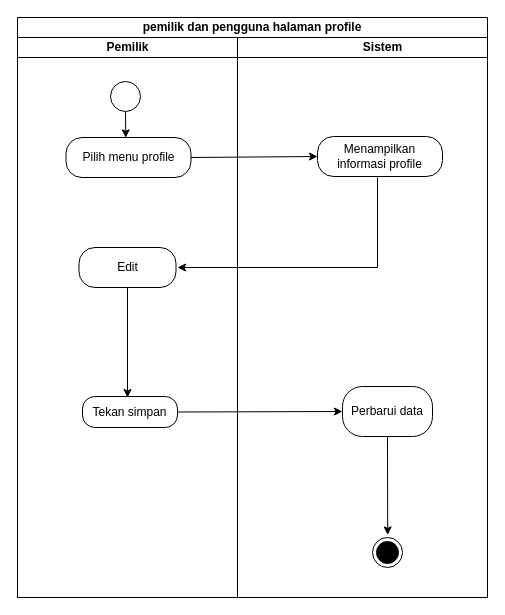
The draw.io diagram page "A.PROFILE" (10 of 21) of USE CASE KOST SAW TERBARU.drawio in HANNN-YOLO/skripsi, before the edit. Source tidied: cells renumbered, new cells numbered last; positions are measured from the earlier drawing's top-left corner, leaving out a move shared by most shapes. Both pictures are drawn from the tidied source at 100%, with x=0, y=0 at pixel (17, 17).
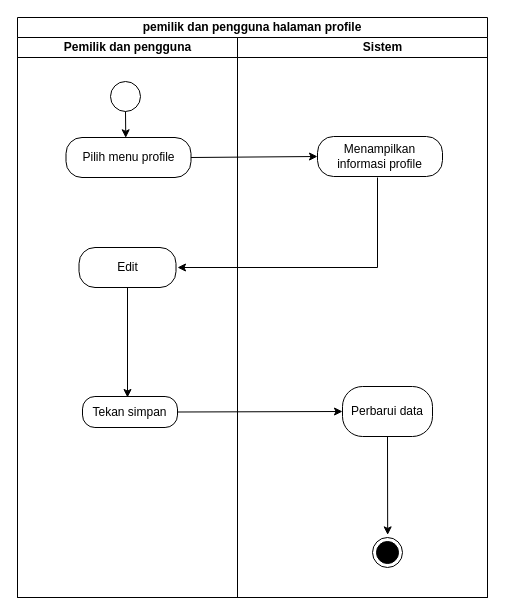
The same diagram, later.

The change refers to these unchanged cells:
```xml
<mxCell id="2" value="pemilik dan pengguna halaman profile" style="swimlane;html=1;startSize=20;whiteSpace=wrap;" parent="1" vertex="1">
  <mxGeometry width="470" height="580" as="geometry" />
</mxCell>
```

Diff of the diagram source:
```diff
@@
-    <mxCell id="3" value="Pemilik" style="swimlane;html=1;startSize=20;" parent="2" vertex="1">
+    <mxCell id="3" value="Pemilik dan pengguna" style="swimlane;html=1;startSize=20;" parent="2" vertex="1">
       <mxGeometry y="20" width="220" height="560" as="geometry" />
     </mxCell>
```
